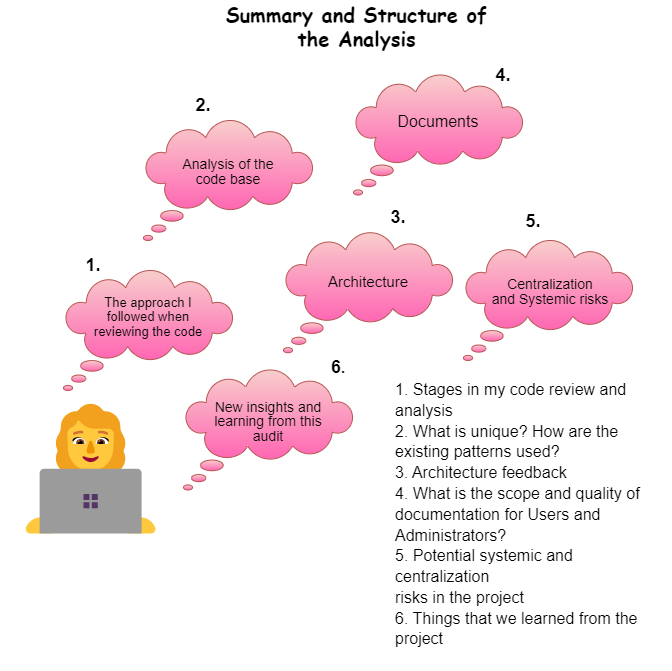
Above: Dopex2.drawio.png in catellaTech/dopex (draw.io), before the change. Source tidied: cells renumbered, new cells last; positions are measured from the earlier drawing's top-left corner, leaving out a move shared by most shapes. Source of this version:
```xml
<mxGraphModel>
  <root>
    <mxCell id="0" />
    <mxCell id="1" parent="0" />
    <mxCell id="2" value="&lt;font style=&quot;font-size: 132px;&quot;&gt;👩‍💻&lt;/font&gt;" style="text;html=1;strokeColor=none;fillColor=none;align=center;verticalAlign=middle;whiteSpace=wrap;rounded=0;" parent="1" vertex="1">
      <mxGeometry y="400" width="135" height="140" as="geometry" />
    </mxCell>
    <mxCell id="3" style="whiteSpace=wrap;html=1;shape=mxgraph.basic.cloud_callout;fillColor=#f8cecc;strokeColor=#b85450;gradientColor=#FF66B3;" parent="1" vertex="1">
      <mxGeometry x="40" y="270" width="170" height="120" as="geometry" />
    </mxCell>
    <mxCell id="4" value="&lt;font size=&quot;1&quot; style=&quot;&quot; face=&quot;Comic Sans MS&quot;&gt;&lt;b style=&quot;font-size: 20px;&quot;&gt;Summary and Structure of the Analysis&lt;/b&gt;&lt;/font&gt;" style="text;html=1;strokeColor=none;fillColor=none;align=center;verticalAlign=middle;whiteSpace=wrap;rounded=0;" parent="1" vertex="1">
      <mxGeometry x="200" width="267" height="50" as="geometry" />
    </mxCell>
    <mxCell id="5" value="&lt;p style=&quot;line-height: 110%;&quot;&gt;&lt;font style=&quot;font-size: 13px;&quot;&gt;The approach I followed when reviewing the code&lt;/font&gt;&lt;/p&gt;" style="text;html=1;strokeColor=none;fillColor=none;align=center;verticalAlign=middle;whiteSpace=wrap;rounded=0;" parent="1" vertex="1">
      <mxGeometry x="65" y="295" width="120" height="44.5" as="geometry" />
    </mxCell>
    <mxCell id="6" value="&lt;font size=&quot;1&quot; style=&quot;&quot;&gt;&lt;b style=&quot;font-size: 18px;&quot;&gt;1.&lt;/b&gt;&lt;/font&gt;" style="text;html=1;strokeColor=none;fillColor=none;align=center;verticalAlign=middle;whiteSpace=wrap;rounded=0;" parent="1" vertex="1">
      <mxGeometry x="40" y="250" width="60" height="30" as="geometry" />
    </mxCell>
    <mxCell id="7" style="whiteSpace=wrap;html=1;shape=mxgraph.basic.cloud_callout;fillColor=#f8cecc;strokeColor=#b85450;gradientColor=#FF66B3;" parent="1" vertex="1">
      <mxGeometry x="120" y="120" width="170" height="120" as="geometry" />
    </mxCell>
    <mxCell id="8" value="&lt;p style=&quot;line-height: 110%;&quot;&gt;&lt;font style=&quot;font-size: 14px;&quot;&gt;Analysis of the code base&lt;/font&gt;&lt;br&gt;&lt;/p&gt;" style="text;html=1;strokeColor=none;fillColor=none;align=center;verticalAlign=middle;whiteSpace=wrap;rounded=0;" parent="1" vertex="1">
      <mxGeometry x="145" y="150" width="120" height="44.5" as="geometry" />
    </mxCell>
    <mxCell id="9" value="&lt;font size=&quot;1&quot; style=&quot;&quot;&gt;&lt;b style=&quot;font-size: 18px;&quot;&gt;2.&lt;/b&gt;&lt;/font&gt;" style="text;html=1;strokeColor=none;fillColor=none;align=center;verticalAlign=middle;whiteSpace=wrap;rounded=0;" parent="1" vertex="1">
      <mxGeometry x="150" y="90" width="60" height="30" as="geometry" />
    </mxCell>
    <mxCell id="10" style="whiteSpace=wrap;html=1;shape=mxgraph.basic.cloud_callout;fillColor=#f8cecc;strokeColor=#b85450;gradientColor=#FF66B3;" parent="1" vertex="1">
      <mxGeometry x="260" y="232.2" width="170" height="120" as="geometry" />
    </mxCell>
    <mxCell id="11" value="&lt;p style=&quot;line-height: 110%;&quot;&gt;&lt;font style=&quot;font-size: 15px;&quot;&gt;Architecture&lt;/font&gt;&lt;br&gt;&lt;/p&gt;" style="text;html=1;strokeColor=none;fillColor=none;align=center;verticalAlign=middle;whiteSpace=wrap;rounded=0;" parent="1" vertex="1">
      <mxGeometry x="285" y="260" width="120" height="44.5" as="geometry" />
    </mxCell>
    <mxCell id="12" value="&lt;font size=&quot;1&quot; style=&quot;&quot;&gt;&lt;b style=&quot;font-size: 18px;&quot;&gt;3.&lt;/b&gt;&lt;/font&gt;" style="text;html=1;strokeColor=none;fillColor=none;align=center;verticalAlign=middle;whiteSpace=wrap;rounded=0;" parent="1" vertex="1">
      <mxGeometry x="345" y="202.2" width="60" height="30" as="geometry" />
    </mxCell>
    <mxCell id="13" style="whiteSpace=wrap;html=1;shape=mxgraph.basic.cloud_callout;fillColor=#f8cecc;strokeColor=#b85450;gradientColor=#FF66B3;" parent="1" vertex="1">
      <mxGeometry x="330" y="74.5" width="170" height="120" as="geometry" />
    </mxCell>
    <mxCell id="14" value="&lt;p style=&quot;line-height: 110%;&quot;&gt;&lt;font style=&quot;font-size: 16px;&quot;&gt;Documents&lt;/font&gt;&lt;br&gt;&lt;/p&gt;" style="text;html=1;strokeColor=none;fillColor=none;align=center;verticalAlign=middle;whiteSpace=wrap;rounded=0;" parent="1" vertex="1">
      <mxGeometry x="355" y="100" width="120" height="44.5" as="geometry" />
    </mxCell>
    <mxCell id="15" value="&lt;font size=&quot;1&quot; style=&quot;&quot;&gt;&lt;b style=&quot;font-size: 18px;&quot;&gt;4.&lt;/b&gt;&lt;/font&gt;" style="text;html=1;strokeColor=none;fillColor=none;align=center;verticalAlign=middle;whiteSpace=wrap;rounded=0;" parent="1" vertex="1">
      <mxGeometry x="450" y="60" width="60" height="30" as="geometry" />
    </mxCell>
    <mxCell id="16" style="whiteSpace=wrap;html=1;shape=mxgraph.basic.cloud_callout;fillColor=#f8cecc;strokeColor=#b85450;gradientColor=#FF66B3;" parent="1" vertex="1">
      <mxGeometry x="440" y="240" width="170" height="120" as="geometry" />
    </mxCell>
    <mxCell id="17" value="&lt;p style=&quot;line-height: 110%;&quot;&gt;&lt;font style=&quot;font-size: 14px;&quot;&gt;Centralization and&amp;nbsp;Systemic risks&lt;/font&gt;&lt;br&gt;&lt;/p&gt;" style="text;html=1;strokeColor=none;fillColor=none;align=center;verticalAlign=middle;whiteSpace=wrap;rounded=0;" parent="1" vertex="1">
      <mxGeometry x="467" y="270" width="120" height="44.5" as="geometry" />
    </mxCell>
    <mxCell id="18" value="&lt;font size=&quot;1&quot; style=&quot;&quot;&gt;&lt;b style=&quot;font-size: 18px;&quot;&gt;5.&lt;/b&gt;&lt;/font&gt;" style="text;html=1;strokeColor=none;fillColor=none;align=center;verticalAlign=middle;whiteSpace=wrap;rounded=0;" parent="1" vertex="1">
      <mxGeometry x="480" y="205.5" width="60" height="30" as="geometry" />
    </mxCell>
    <mxCell id="19" style="whiteSpace=wrap;html=1;shape=mxgraph.basic.cloud_callout;fillColor=#f8cecc;strokeColor=#b85450;gradientColor=#FF66B3;" parent="1" vertex="1">
      <mxGeometry x="160" y="369.5" width="170" height="120" as="geometry" />
    </mxCell>
    <mxCell id="20" value="&lt;font style=&quot;&quot;&gt;&lt;b style=&quot;&quot;&gt;&lt;font style=&quot;font-size: 18px;&quot;&gt;6&lt;/font&gt;&lt;span style=&quot;font-size: 15px;&quot;&gt;.&lt;/span&gt;&lt;/b&gt;&lt;/font&gt;" style="text;html=1;strokeColor=none;fillColor=none;align=center;verticalAlign=middle;whiteSpace=wrap;rounded=0;" parent="1" vertex="1">
      <mxGeometry x="285" y="352.2" width="60" height="30" as="geometry" />
    </mxCell>
    <mxCell id="21" value="&lt;p style=&quot;line-height: 110%;&quot;&gt;&lt;font style=&quot;font-size: 14px;&quot;&gt;New insights and learning from this audit&lt;/font&gt;&lt;br&gt;&lt;/p&gt;" style="text;html=1;strokeColor=none;fillColor=none;align=center;verticalAlign=middle;whiteSpace=wrap;rounded=0;" parent="1" vertex="1">
      <mxGeometry x="185" y="400" width="120" height="44.5" as="geometry" />
    </mxCell>
    <mxCell id="22" value="&lt;div style=&quot;text-align: left; font-size: 16px; line-height: 130%;&quot;&gt;&lt;font style=&quot;font-size: 16px;&quot;&gt;&lt;span style=&quot;background-color: initial;&quot;&gt;1.&amp;nbsp;&lt;/span&gt;&lt;span style=&quot;background-color: initial;&quot;&gt;Stages in my code review and analysis&lt;/span&gt;&lt;/font&gt;&lt;/div&gt;&lt;div style=&quot;text-align: left; font-size: 16px; line-height: 130%;&quot;&gt;&lt;font style=&quot;font-size: 16px;&quot;&gt;&lt;span style=&quot;background-color: initial;&quot;&gt;2.&amp;nbsp;&lt;/span&gt;&lt;span style=&quot;background-color: initial;&quot;&gt;What is unique? How are the existing patterns used?&lt;/span&gt;&lt;/font&gt;&lt;/div&gt;&lt;div style=&quot;text-align: left; font-size: 16px; line-height: 130%;&quot;&gt;&lt;font style=&quot;font-size: 16px;&quot;&gt;&lt;span style=&quot;background-color: initial;&quot;&gt;3.&amp;nbsp;&lt;/span&gt;&lt;span style=&quot;background-color: initial;&quot;&gt;Architecture feedback&lt;/span&gt;&lt;/font&gt;&lt;/div&gt;&lt;div style=&quot;text-align: left; font-size: 16px; line-height: 130%;&quot;&gt;&lt;font style=&quot;font-size: 16px;&quot;&gt;&lt;span style=&quot;background-color: initial;&quot;&gt;4.&amp;nbsp;&lt;/span&gt;&lt;span style=&quot;background-color: initial;&quot;&gt;What is the scope and quality of documentation for Users and Administrators?&lt;/span&gt;&lt;/font&gt;&lt;/div&gt;&lt;div style=&quot;text-align: left; font-size: 16px; line-height: 130%;&quot;&gt;&lt;font style=&quot;font-size: 16px;&quot;&gt;&lt;span style=&quot;background-color: initial;&quot;&gt;5.&amp;nbsp;Potential systemic and c&lt;/span&gt;&lt;span style=&quot;background-color: initial;&quot;&gt;entralization&amp;nbsp;&lt;/span&gt;&lt;/font&gt;&lt;/div&gt;&lt;div style=&quot;text-align: left; font-size: 16px; line-height: 130%;&quot;&gt;&lt;span style=&quot;background-color: initial;&quot;&gt;&lt;font style=&quot;font-size: 16px;&quot;&gt;risks in the project&lt;/font&gt;&lt;/span&gt;&lt;/div&gt;&lt;div style=&quot;text-align: left; font-size: 16px; line-height: 130%;&quot;&gt;&lt;font style=&quot;font-size: 16px;&quot;&gt;&lt;span style=&quot;background-color: initial;&quot;&gt;6.&amp;nbsp;&lt;/span&gt;&lt;span style=&quot;background-color: initial;&quot;&gt;Things that we learned from the project&lt;/span&gt;&lt;/font&gt;&lt;/div&gt;&lt;div style=&quot;text-align: left; font-size: 16px; line-height: 130%;&quot;&gt;&lt;span style=&quot;background-color: initial;&quot;&gt;&lt;font style=&quot;font-size: 16px;&quot;&gt;&amp;nbsp;&lt;/font&gt;&lt;/span&gt;&lt;/div&gt;" style="text;html=1;strokeColor=none;fillColor=none;align=center;verticalAlign=middle;whiteSpace=wrap;rounded=0;" parent="1" vertex="1">
      <mxGeometry x="371.5" y="400" width="277" height="250" as="geometry" />
    </mxCell>
  </root>
</mxGraphModel>
```
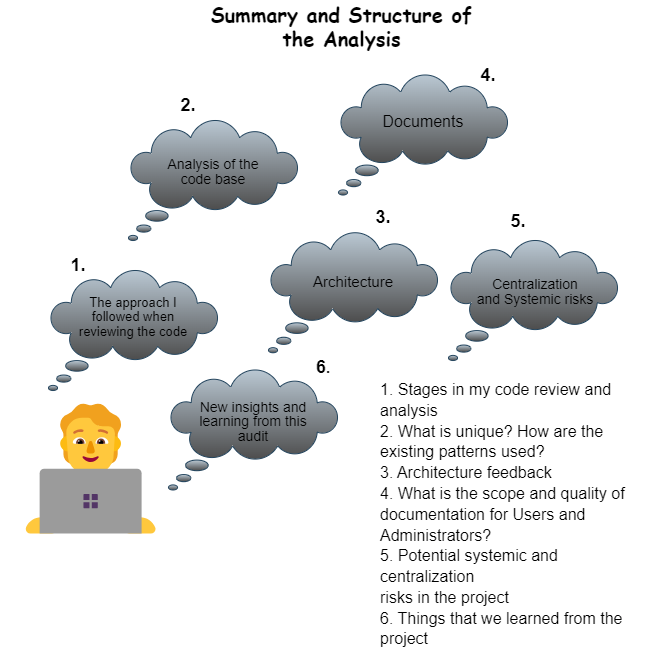
Above is the later version.

What changed in the source:
```diff
@@ -2,10 +2,10 @@
   <root>
     <mxCell id="0" />
     <mxCell id="1" parent="0" />
-    <mxCell id="2" value="&lt;font style=&quot;font-size: 132px;&quot;&gt;👩‍💻&lt;/font&gt;" style="text;html=1;strokeColor=none;fillColor=none;align=center;verticalAlign=middle;whiteSpace=wrap;rounded=0;" parent="1" vertex="1">
-      <mxGeometry y="400" width="135" height="140" as="geometry" />
+    <mxCell id="2" value="&lt;span style=&quot;font-size: 132px;&quot;&gt;🧑‍💻&lt;/span&gt;" style="text;html=1;strokeColor=none;fillColor=none;align=center;verticalAlign=middle;whiteSpace=wrap;rounded=0;" parent="1" vertex="1">
+      <mxGeometry x="15" y="400" width="135" height="140" as="geometry" />
     </mxCell>
-    <mxCell id="3" style="whiteSpace=wrap;html=1;shape=mxgraph.basic.cloud_callout;fillColor=#f8cecc;strokeColor=#b85450;gradientColor=#FF66B3;" parent="1" vertex="1">
+    <mxCell id="3" style="whiteSpace=wrap;html=1;shape=mxgraph.basic.cloud_callout;fillColor=#bac8d3;strokeColor=#23445d;gradientColor=#4D4D4D;" parent="1" vertex="1">
       <mxGeometry x="40" y="270" width="170" height="120" as="geometry" />
     </mxCell>
     <mxCell id="4" value="&lt;font size=&quot;1&quot; style=&quot;&quot; face=&quot;Comic Sans MS&quot;&gt;&lt;b style=&quot;font-size: 20px;&quot;&gt;Summary and Structure of the Analysis&lt;/b&gt;&lt;/font&gt;" style="text;html=1;strokeColor=none;fillColor=none;align=center;verticalAlign=middle;whiteSpace=wrap;rounded=0;" parent="1" vertex="1">
@@ -17,7 +17,7 @@
     <mxCell id="6" value="&lt;font size=&quot;1&quot; style=&quot;&quot;&gt;&lt;b style=&quot;font-size: 18px;&quot;&gt;1.&lt;/b&gt;&lt;/font&gt;" style="text;html=1;strokeColor=none;fillColor=none;align=center;verticalAlign=middle;whiteSpace=wrap;rounded=0;" parent="1" vertex="1">
       <mxGeometry x="40" y="250" width="60" height="30" as="geometry" />
     </mxCell>
-    <mxCell id="7" style="whiteSpace=wrap;html=1;shape=mxgraph.basic.cloud_callout;fillColor=#f8cecc;strokeColor=#b85450;gradientColor=#FF66B3;" parent="1" vertex="1">
+    <mxCell id="7" style="whiteSpace=wrap;html=1;shape=mxgraph.basic.cloud_callout;fillColor=#bac8d3;strokeColor=#23445d;gradientColor=#4D4D4D;" parent="1" vertex="1">
       <mxGeometry x="120" y="120" width="170" height="120" as="geometry" />
     </mxCell>
     <mxCell id="8" value="&lt;p style=&quot;line-height: 110%;&quot;&gt;&lt;font style=&quot;font-size: 14px;&quot;&gt;Analysis of the code base&lt;/font&gt;&lt;br&gt;&lt;/p&gt;" style="text;html=1;strokeColor=none;fillColor=none;align=center;verticalAlign=middle;whiteSpace=wrap;rounded=0;" parent="1" vertex="1">
@@ -26,7 +26,7 @@
     <mxCell id="9" value="&lt;font size=&quot;1&quot; style=&quot;&quot;&gt;&lt;b style=&quot;font-size: 18px;&quot;&gt;2.&lt;/b&gt;&lt;/font&gt;" style="text;html=1;strokeColor=none;fillColor=none;align=center;verticalAlign=middle;whiteSpace=wrap;rounded=0;" parent="1" vertex="1">
       <mxGeometry x="150" y="90" width="60" height="30" as="geometry" />
     </mxCell>
-    <mxCell id="10" style="whiteSpace=wrap;html=1;shape=mxgraph.basic.cloud_callout;fillColor=#f8cecc;strokeColor=#b85450;gradientColor=#FF66B3;" parent="1" vertex="1">
+    <mxCell id="10" style="whiteSpace=wrap;html=1;shape=mxgraph.basic.cloud_callout;fillColor=#bac8d3;strokeColor=#23445d;gradientColor=#4D4D4D;" parent="1" vertex="1">
       <mxGeometry x="260" y="232.2" width="170" height="120" as="geometry" />
     </mxCell>
     <mxCell id="11" value="&lt;p style=&quot;line-height: 110%;&quot;&gt;&lt;font style=&quot;font-size: 15px;&quot;&gt;Architecture&lt;/font&gt;&lt;br&gt;&lt;/p&gt;" style="text;html=1;strokeColor=none;fillColor=none;align=center;verticalAlign=middle;whiteSpace=wrap;rounded=0;" parent="1" vertex="1">
@@ -35,7 +35,7 @@
     <mxCell id="12" value="&lt;font size=&quot;1&quot; style=&quot;&quot;&gt;&lt;b style=&quot;font-size: 18px;&quot;&gt;3.&lt;/b&gt;&lt;/font&gt;" style="text;html=1;strokeColor=none;fillColor=none;align=center;verticalAlign=middle;whiteSpace=wrap;rounded=0;" parent="1" vertex="1">
       <mxGeometry x="345" y="202.2" width="60" height="30" as="geometry" />
     </mxCell>
-    <mxCell id="13" style="whiteSpace=wrap;html=1;shape=mxgraph.basic.cloud_callout;fillColor=#f8cecc;strokeColor=#b85450;gradientColor=#FF66B3;" parent="1" vertex="1">
+    <mxCell id="13" style="whiteSpace=wrap;html=1;shape=mxgraph.basic.cloud_callout;fillColor=#bac8d3;strokeColor=#23445d;gradientColor=#4D4D4D;" parent="1" vertex="1">
       <mxGeometry x="330" y="74.5" width="170" height="120" as="geometry" />
     </mxCell>
     <mxCell id="14" value="&lt;p style=&quot;line-height: 110%;&quot;&gt;&lt;font style=&quot;font-size: 16px;&quot;&gt;Documents&lt;/font&gt;&lt;br&gt;&lt;/p&gt;" style="text;html=1;strokeColor=none;fillColor=none;align=center;verticalAlign=middle;whiteSpace=wrap;rounded=0;" parent="1" vertex="1">
@@ -44,7 +44,7 @@
     <mxCell id="15" value="&lt;font size=&quot;1&quot; style=&quot;&quot;&gt;&lt;b style=&quot;font-size: 18px;&quot;&gt;4.&lt;/b&gt;&lt;/font&gt;" style="text;html=1;strokeColor=none;fillColor=none;align=center;verticalAlign=middle;whiteSpace=wrap;rounded=0;" parent="1" vertex="1">
       <mxGeometry x="450" y="60" width="60" height="30" as="geometry" />
     </mxCell>
-    <mxCell id="16" style="whiteSpace=wrap;html=1;shape=mxgraph.basic.cloud_callout;fillColor=#f8cecc;strokeColor=#b85450;gradientColor=#FF66B3;" parent="1" vertex="1">
+    <mxCell id="16" style="whiteSpace=wrap;html=1;shape=mxgraph.basic.cloud_callout;fillColor=#bac8d3;strokeColor=#23445d;gradientColor=#4D4D4D;" parent="1" vertex="1">
       <mxGeometry x="440" y="240" width="170" height="120" as="geometry" />
     </mxCell>
     <mxCell id="17" value="&lt;p style=&quot;line-height: 110%;&quot;&gt;&lt;font style=&quot;font-size: 14px;&quot;&gt;Centralization and&amp;nbsp;Systemic risks&lt;/font&gt;&lt;br&gt;&lt;/p&gt;" style="text;html=1;strokeColor=none;fillColor=none;align=center;verticalAlign=middle;whiteSpace=wrap;rounded=0;" parent="1" vertex="1">
@@ -53,7 +53,7 @@
     <mxCell id="18" value="&lt;font size=&quot;1&quot; style=&quot;&quot;&gt;&lt;b style=&quot;font-size: 18px;&quot;&gt;5.&lt;/b&gt;&lt;/font&gt;" style="text;html=1;strokeColor=none;fillColor=none;align=center;verticalAlign=middle;whiteSpace=wrap;rounded=0;" parent="1" vertex="1">
       <mxGeometry x="480" y="205.5" width="60" height="30" as="geometry" />
     </mxCell>
-    <mxCell id="19" style="whiteSpace=wrap;html=1;shape=mxgraph.basic.cloud_callout;fillColor=#f8cecc;strokeColor=#b85450;gradientColor=#FF66B3;" parent="1" vertex="1">
+    <mxCell id="19" style="whiteSpace=wrap;html=1;shape=mxgraph.basic.cloud_callout;fillColor=#bac8d3;strokeColor=#23445d;gradientColor=#4D4D4D;" parent="1" vertex="1">
       <mxGeometry x="160" y="369.5" width="170" height="120" as="geometry" />
     </mxCell>
     <mxCell id="20" value="&lt;font style=&quot;&quot;&gt;&lt;b style=&quot;&quot;&gt;&lt;font style=&quot;font-size: 18px;&quot;&gt;6&lt;/font&gt;&lt;span style=&quot;font-size: 15px;&quot;&gt;.&lt;/span&gt;&lt;/b&gt;&lt;/font&gt;" style="text;html=1;strokeColor=none;fillColor=none;align=center;verticalAlign=middle;whiteSpace=wrap;rounded=0;" parent="1" vertex="1">
```
